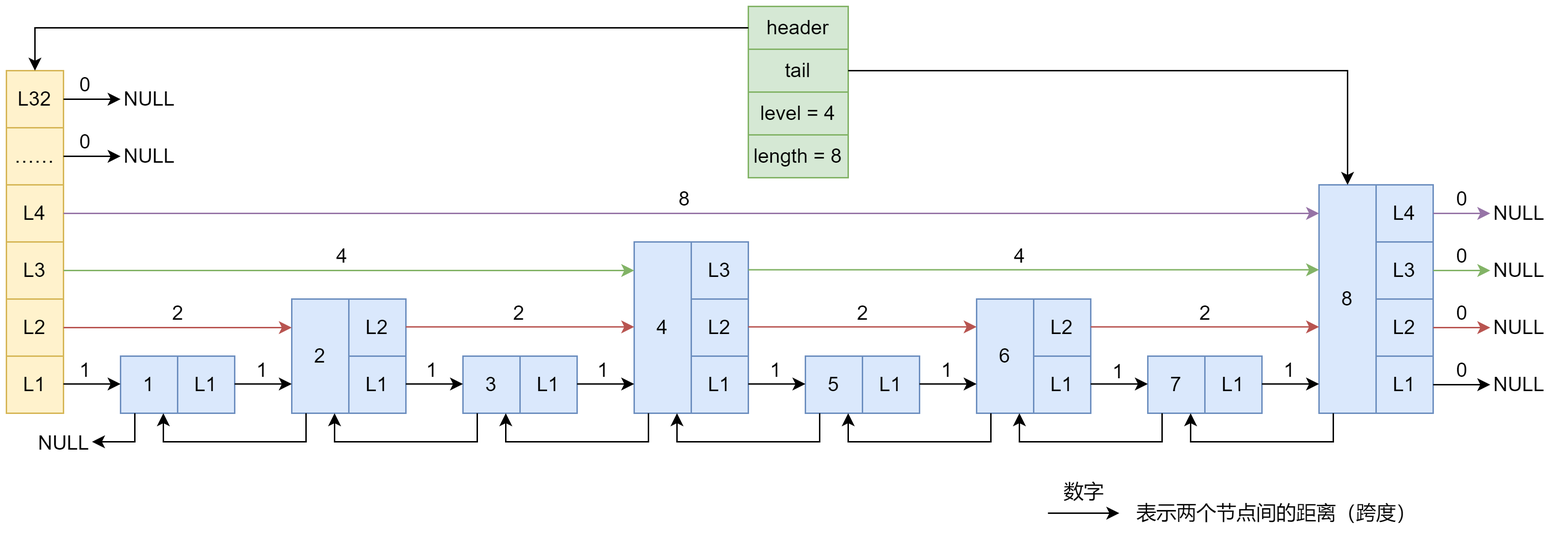
Before: pic/Redis跳表结构示例.drawio.png, a diagram exported from draw.io (guxdong/imgrepo). Source tidied: cells renumbered, new cells last; positions are measured from the earlier drawing's top-left corner, leaving out a move shared by most shapes.
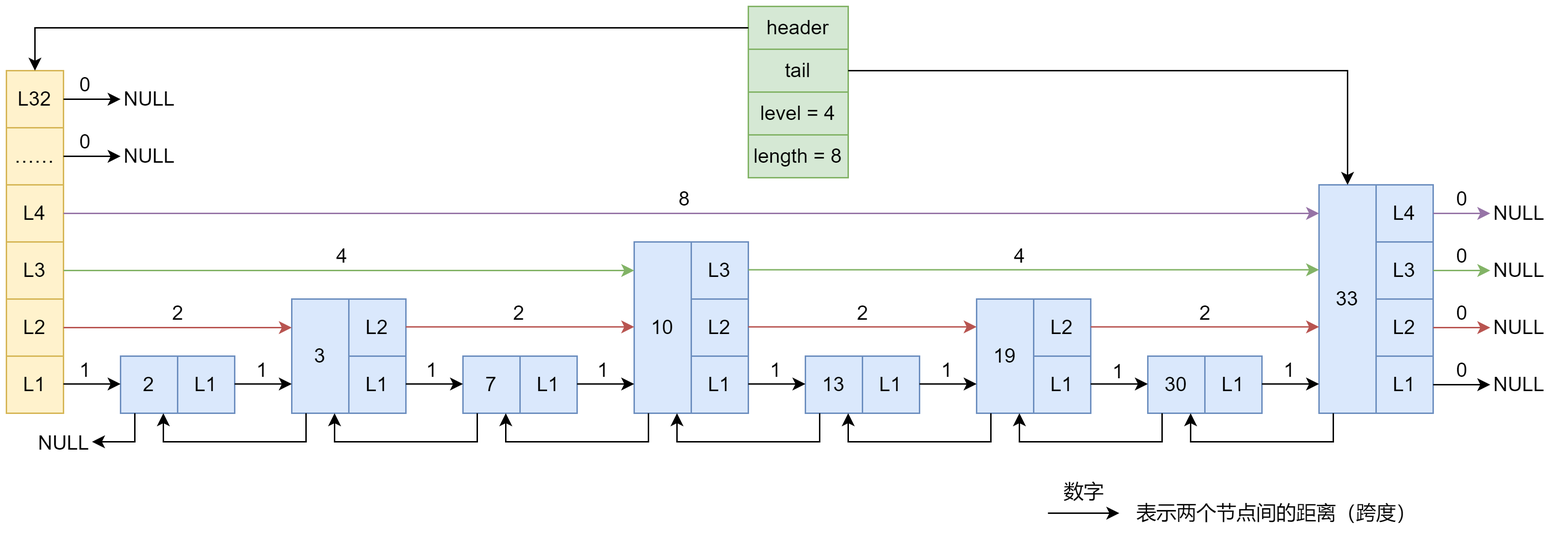
After the commit.

Commit message:
已添加 Redis跳表结构示例.drawio.png

The edit, as a diff of the source:
```diff
@@ -5,19 +5,19 @@
     <mxCell id="2" value="&lt;font style=&quot;font-size: 14px;&quot;&gt;L1&lt;/font&gt;" style="rounded=0;whiteSpace=wrap;html=1;fontSize=14;fillColor=#fff2cc;strokeColor=#d6b656;" parent="1" vertex="1">
       <mxGeometry y="245" width="40" height="40" as="geometry" />
     </mxCell>
-    <mxCell id="3" value="1" style="rounded=0;whiteSpace=wrap;html=1;fontSize=14;fillColor=#dae8fc;strokeColor=#6c8ebf;" parent="1" vertex="1">
+    <mxCell id="3" value="2" style="rounded=0;whiteSpace=wrap;html=1;fontSize=14;fillColor=#dae8fc;strokeColor=#6c8ebf;" parent="1" vertex="1">
       <mxGeometry x="80" y="245" width="40" height="40" as="geometry" />
     </mxCell>
-    <mxCell id="4" value="2" style="rounded=0;whiteSpace=wrap;html=1;fontSize=14;fillColor=#dae8fc;strokeColor=#6c8ebf;" parent="1" vertex="1">
+    <mxCell id="4" value="3" style="rounded=0;whiteSpace=wrap;html=1;fontSize=14;fillColor=#dae8fc;strokeColor=#6c8ebf;" parent="1" vertex="1">
       <mxGeometry x="200" y="205" width="40" height="80" as="geometry" />
     </mxCell>
-    <mxCell id="5" value="3" style="rounded=0;whiteSpace=wrap;html=1;fontSize=14;fillColor=#dae8fc;strokeColor=#6c8ebf;" parent="1" vertex="1">
+    <mxCell id="5" value="7" style="rounded=0;whiteSpace=wrap;html=1;fontSize=14;fillColor=#dae8fc;strokeColor=#6c8ebf;" parent="1" vertex="1">
       <mxGeometry x="320" y="245" width="40" height="40" as="geometry" />
     </mxCell>
-    <mxCell id="6" value="4" style="rounded=0;whiteSpace=wrap;html=1;fontSize=14;fillColor=#dae8fc;strokeColor=#6c8ebf;" parent="1" vertex="1">
+    <mxCell id="6" value="10" style="rounded=0;whiteSpace=wrap;html=1;fontSize=14;fillColor=#dae8fc;strokeColor=#6c8ebf;" parent="1" vertex="1">
       <mxGeometry x="440" y="165" width="40" height="120" as="geometry" />
     </mxCell>
-    <mxCell id="7" value="5" style="rounded=0;whiteSpace=wrap;html=1;fontSize=14;fillColor=#dae8fc;strokeColor=#6c8ebf;" parent="1" vertex="1">
+    <mxCell id="7" value="13" style="rounded=0;whiteSpace=wrap;html=1;fontSize=14;fillColor=#dae8fc;strokeColor=#6c8ebf;" parent="1" vertex="1">
       <mxGeometry x="560" y="245" width="40" height="40" as="geometry" />
     </mxCell>
     <mxCell id="8" value="L2" style="rounded=0;whiteSpace=wrap;html=1;fontSize=14;fillColor=#fff2cc;strokeColor=#d6b656;" parent="1" vertex="1">
@@ -32,13 +32,13 @@
     <mxCell id="11" value="L32" style="rounded=0;whiteSpace=wrap;html=1;fontSize=14;fillColor=#fff2cc;strokeColor=#d6b656;" parent="1" vertex="1">
       <mxGeometry y="45" width="40" height="40" as="geometry" />
     </mxCell>
-    <mxCell id="12" value="6" style="rounded=0;whiteSpace=wrap;html=1;fontSize=14;fillColor=#dae8fc;strokeColor=#6c8ebf;" parent="1" vertex="1">
+    <mxCell id="12" value="19" style="rounded=0;whiteSpace=wrap;html=1;fontSize=14;fillColor=#dae8fc;strokeColor=#6c8ebf;" parent="1" vertex="1">
       <mxGeometry x="680" y="205" width="40" height="80" as="geometry" />
     </mxCell>
-    <mxCell id="13" value="7" style="rounded=0;whiteSpace=wrap;html=1;fontSize=14;fillColor=#dae8fc;strokeColor=#6c8ebf;" parent="1" vertex="1">
+    <mxCell id="13" value="30" style="rounded=0;whiteSpace=wrap;html=1;fontSize=14;fillColor=#dae8fc;strokeColor=#6c8ebf;" parent="1" vertex="1">
       <mxGeometry x="800" y="245" width="40" height="40" as="geometry" />
     </mxCell>
-    <mxCell id="14" value="8" style="rounded=0;whiteSpace=wrap;html=1;fontSize=14;fillColor=#dae8fc;strokeColor=#6c8ebf;" parent="1" vertex="1">
+    <mxCell id="14" value="33" style="rounded=0;whiteSpace=wrap;html=1;fontSize=14;fillColor=#dae8fc;strokeColor=#6c8ebf;" parent="1" vertex="1">
       <mxGeometry x="920" y="125" width="40" height="160" as="geometry" />
     </mxCell>
     <mxCell id="15" value="L2" style="rounded=0;whiteSpace=wrap;html=1;fontSize=14;fillColor=#dae8fc;strokeColor=#6c8ebf;" parent="1" vertex="1">
```
